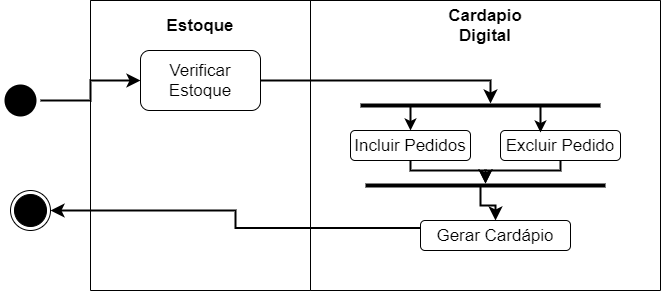
This is Diagrama de Atividade-EstruturadoCardapio.drawio.png from hinname/project-Restaurant, a draw.io export, as it was before one commit. Source tidied: cells renumbered, new cells last; positions are measured from the earlier drawing's top-left corner, leaving out a move shared by most shapes.
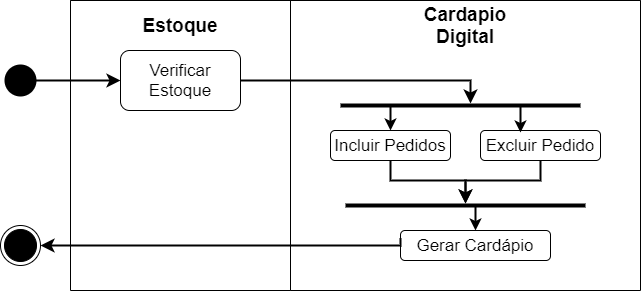
The same file after the commit.

The edit, as a diff of the source:
```diff
@@ -3,15 +3,15 @@
     <mxCell id="0" />
     <mxCell id="1" parent="0" />
     <mxCell id="2" style="ellipse;html=1;shape=endState;fillColor=#000000;strokeColor=default;" parent="1" vertex="1">
-      <mxGeometry x="10" y="190" width="40" height="40" as="geometry" />
+      <mxGeometry x="20" y="225" width="40" height="40" as="geometry" />
     </mxCell>
     <mxCell id="3" style="ellipse;html=1;shape=endState;fillColor=#000000;strokeColor=none;" parent="1" vertex="1">
-      <mxGeometry y="80" width="40" height="40" as="geometry" />
+      <mxGeometry x="20" y="60" width="40" height="40" as="geometry" />
     </mxCell>
     <mxCell id="4" style="swimlane;startSize=0;fontSize=17;strokeColor=default;fillColor=#000000;gradientColor=none;" parent="1" vertex="1">
       <mxGeometry x="90" width="220" height="290" as="geometry" />
     </mxCell>
-    <mxCell id="5" value="&lt;span style=&quot;font-size: 17px&quot;&gt;Estoque&lt;/span&gt;" style="text;html=1;strokeColor=none;fillColor=none;align=center;verticalAlign=middle;whiteSpace=wrap;rounded=0;fontStyle=1;" parent="4" vertex="1">
+    <mxCell id="5" value="&lt;font style=&quot;font-size: 19px&quot;&gt;Estoque&lt;/font&gt;" style="text;html=1;strokeColor=none;fillColor=none;align=center;verticalAlign=middle;whiteSpace=wrap;rounded=0;fontStyle=1;" parent="4" vertex="1">
       <mxGeometry x="80" y="10" width="60" height="30" as="geometry" />
     </mxCell>
     <mxCell id="6" value="Verificar Estoque" style="rounded=1;whiteSpace=wrap;html=1;fontSize=17;" parent="4" vertex="1">
@@ -23,20 +23,20 @@
     <mxCell id="8" value="Incluir Pedidos" style="rounded=1;whiteSpace=wrap;html=1;fontSize=17;" parent="7" vertex="1">
       <mxGeometry x="40" y="130" width="120" height="30" as="geometry" />
     </mxCell>
-    <mxCell id="9" value="&lt;font style=&quot;font-size: 17px&quot;&gt;&lt;b&gt;Cardapio Digital&lt;/b&gt;&lt;/font&gt;" style="text;html=1;strokeColor=none;fillColor=none;align=center;verticalAlign=middle;whiteSpace=wrap;rounded=0;" parent="7" vertex="1">
+    <mxCell id="9" value="&lt;font size=&quot;1&quot;&gt;&lt;b style=&quot;font-size: 19px&quot;&gt;Cardapio Digital&lt;/b&gt;&lt;/font&gt;" style="text;html=1;strokeColor=none;fillColor=none;align=center;verticalAlign=middle;whiteSpace=wrap;rounded=0;" parent="7" vertex="1">
       <mxGeometry x="145" y="10" width="60" height="30" as="geometry" />
     </mxCell>
     <mxCell id="10" value="Excluir Pedido" style="rounded=1;whiteSpace=wrap;html=1;fontSize=17;" parent="7" vertex="1">
       <mxGeometry x="190" y="130" width="120" height="30" as="geometry" />
     </mxCell>
     <mxCell id="11" value="Gerar Cardápio" style="rounded=1;whiteSpace=wrap;html=1;fontSize=17;" parent="7" vertex="1">
-      <mxGeometry x="110" y="220" width="150" height="30" as="geometry" />
+      <mxGeometry x="110" y="230" width="150" height="30" as="geometry" />
     </mxCell>
     <mxCell id="12" style="line;strokeWidth=4;html=1;perimeter=backbonePerimeter;points=[];outlineConnect=0;fontSize=17;fillColor=#000000;gradientColor=none;" parent="7" vertex="1">
       <mxGeometry x="50" y="100" width="240" height="10" as="geometry" />
     </mxCell>
     <mxCell id="13" style="line;strokeWidth=4;html=1;perimeter=backbonePerimeter;points=[];outlineConnect=0;fontSize=17;fillColor=#000000;gradientColor=none;" parent="7" vertex="1">
-      <mxGeometry x="55" y="180" width="240" height="10" as="geometry" />
+      <mxGeometry x="55" y="200" width="240" height="10" as="geometry" />
     </mxCell>
     <mxCell id="14" style="endArrow=classic;html=1;rounded=0;fontSize=17;startSize=8;endSize=6;strokeColor=#000000;strokeWidth=2;edgeStyle=orthogonalEdgeStyle;jumpSize=5;entryX=0.5;entryY=0;entryDx=0;entryDy=0;" parent="7" edge="1" source="12" target="8">
       <mxGeometry relative="1" as="geometry">
@@ -60,8 +60,13 @@
     <mxCell id="17" style="endArrow=classic;html=1;rounded=0;fontSize=17;startSize=8;endSize=8;strokeColor=#000000;strokeWidth=2;edgeStyle=orthogonalEdgeStyle;jumpSize=5;exitX=0.5;exitY=1;exitDx=0;exitDy=0;" parent="7" edge="1" source="10" target="13">
       <mxGeometry relative="1" as="geometry" />
     </mxCell>
-    <mxCell id="18" style="endArrow=classic;html=1;rounded=0;fontSize=17;startSize=8;endSize=8;strokeColor=#000000;strokeWidth=2;edgeStyle=orthogonalEdgeStyle;jumpSize=5;entryX=0.5;entryY=0;entryDx=0;entryDy=0;exitX=0.479;exitY=0.5;exitDx=0;exitDy=0;exitPerimeter=0;" parent="7" edge="1" source="13" target="11">
-      <mxGeometry relative="1" as="geometry" />
+    <mxCell id="18" style="endArrow=classic;html=1;rounded=0;fontSize=17;startSize=8;endSize=6;strokeColor=#000000;strokeWidth=2;edgeStyle=orthogonalEdgeStyle;jumpSize=5;entryX=0.5;entryY=0;entryDx=0;entryDy=0;" parent="7" edge="1" source="13" target="11">
+      <mxGeometry relative="1" as="geometry">
+        <Array as="points">
+          <mxPoint x="185" y="210" />
+          <mxPoint x="185" y="210" />
+        </Array>
+      </mxGeometry>
     </mxCell>
     <mxCell id="19" style="endArrow=classic;html=1;rounded=0;fontSize=17;startSize=12;endSize=8;strokeColor=#000000;strokeWidth=2;edgeStyle=orthogonalEdgeStyle;exitX=1;exitY=0.5;exitDx=0;exitDy=0;" parent="1" edge="1" source="6" target="12">
       <mxGeometry relative="1" as="geometry">
@@ -70,11 +75,17 @@
         </Array>
       </mxGeometry>
     </mxCell>
-    <mxCell id="20" style="endArrow=classic;html=1;rounded=0;fontSize=17;startSize=8;endSize=8;strokeColor=#000000;strokeWidth=2;edgeStyle=orthogonalEdgeStyle;jumpSize=5;exitX=1;exitY=0.5;exitDx=0;exitDy=0;entryX=0;entryY=0.5;entryDx=0;entryDy=0;" parent="1" edge="1" source="3" target="6">
-      <mxGeometry relative="1" as="geometry" />
+    <mxCell id="20" style="endArrow=classic;html=1;rounded=0;fontSize=17;startSize=8;endSize=8;strokeColor=#000000;strokeWidth=2;edgeStyle=orthogonalEdgeStyle;jumpSize=5;entryX=0;entryY=0.5;entryDx=0;entryDy=0;" parent="1" edge="1" target="6">
+      <mxGeometry relative="1" as="geometry">
+        <mxPoint x="50" y="80" as="sourcePoint" />
+      </mxGeometry>
     </mxCell>
     <mxCell id="21" style="endArrow=classic;html=1;rounded=0;fontSize=17;startSize=8;endSize=8;strokeColor=#000000;strokeWidth=2;edgeStyle=orthogonalEdgeStyle;jumpSize=5;exitX=0;exitY=0.25;exitDx=0;exitDy=0;entryX=1;entryY=0.5;entryDx=0;entryDy=0;" parent="1" edge="1" source="11" target="2">
-      <mxGeometry relative="1" as="geometry" />
+      <mxGeometry relative="1" as="geometry">
+        <Array as="points">
+          <mxPoint x="420" y="245" />
+        </Array>
+      </mxGeometry>
     </mxCell>
   </root>
 </mxGraphModel>
```
